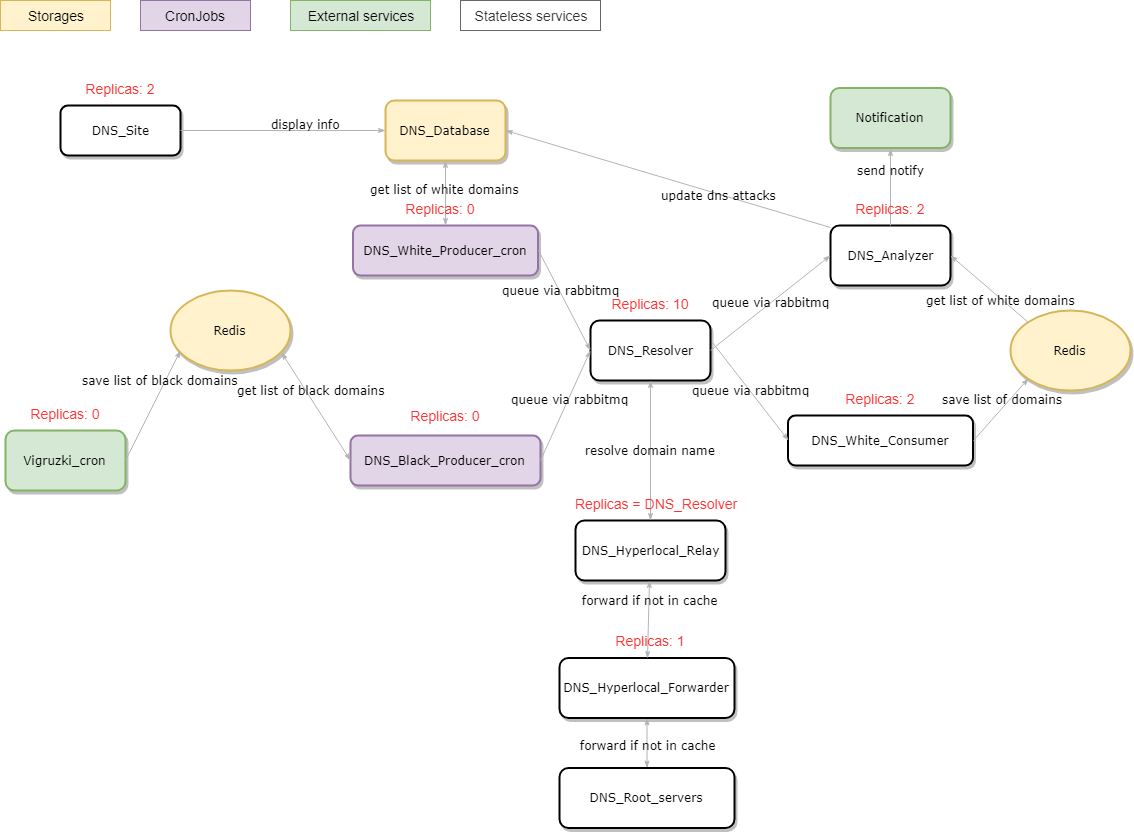
Before: Docs/Overview Diagram.png, a diagram exported from draw.io (dmitriyq/dnsanalyzer). Source tidied: cells renumbered, new cells last; positions are measured from the earlier drawing's top-left corner, leaving out a move shared by most shapes.
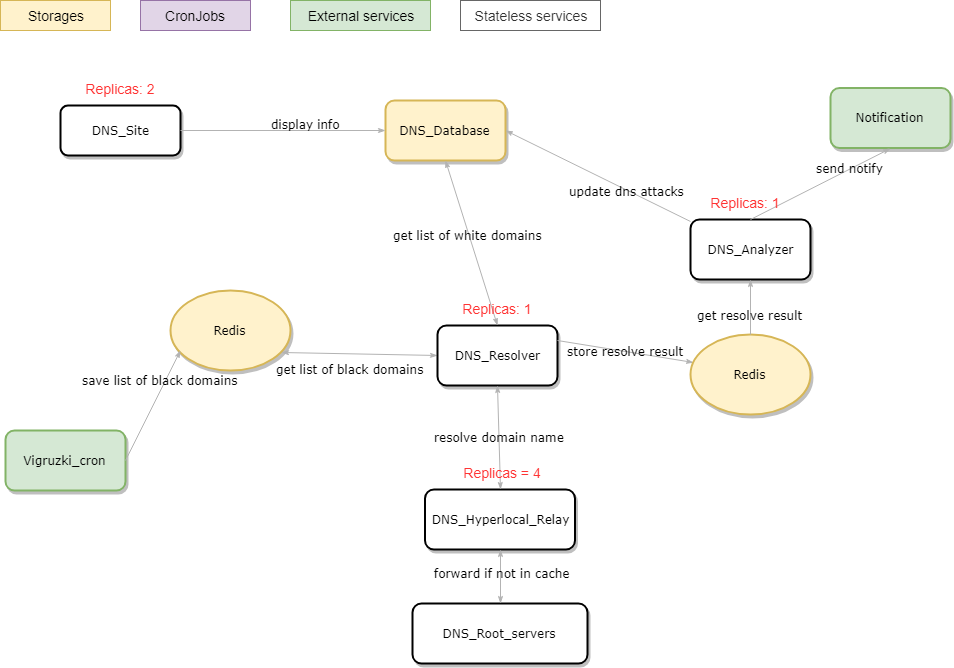
The same diagram one commit later.

Change to the diagram source:
```diff
@@ -8,12 +8,6 @@
     <mxCell id="3" value="DNS_Site" style="rounded=1;whiteSpace=wrap;html=1;shadow=1;comic=0;labelBackgroundColor=none;strokeColor=#000000;strokeWidth=2;fillColor=#FFFFFF;fontFamily=Verdana;fontSize=12;fontColor=#000000;align=center;" parent="1" vertex="1">
       <mxGeometry x="60" y="105" width="120" height="50" as="geometry" />
     </mxCell>
-    <mxCell id="4" value="DNS_White_Producer_cron" style="rounded=1;whiteSpace=wrap;html=1;shadow=1;comic=0;labelBackgroundColor=none;strokeColor=#9673a6;strokeWidth=2;fillColor=#e1d5e7;fontFamily=Verdana;fontSize=12;align=center;" parent="1" vertex="1">
-      <mxGeometry x="352.5" y="225" width="185" height="50" as="geometry" />
-    </mxCell>
-    <mxCell id="5" value="DNS_Black_Producer_cron" style="rounded=1;whiteSpace=wrap;html=1;shadow=1;comic=0;labelBackgroundColor=none;strokeColor=#9673a6;strokeWidth=2;fillColor=#e1d5e7;fontFamily=Verdana;fontSize=12;align=center;" parent="1" vertex="1">
-      <mxGeometry x="350" y="435" width="190" height="50" as="geometry" />
-    </mxCell>
     <mxCell id="6" value="&lt;span&gt;Redis&lt;/span&gt;" style="ellipse;whiteSpace=wrap;html=1;rounded=1;shadow=1;comic=0;labelBackgroundColor=none;strokeColor=#d6b656;strokeWidth=2;fillColor=#fff2cc;fontFamily=Verdana;fontSize=12;align=center;" parent="1" vertex="1">
       <mxGeometry x="170" y="290" width="120" height="80" as="geometry" />
     </mxCell>
@@ -22,69 +16,43 @@
         <mxPoint x="180" y="350" as="targetPoint" />
       </mxGeometry>
     </mxCell>
-    <mxCell id="8" value="get list of black domains" style="edgeStyle=none;rounded=1;html=1;labelBackgroundColor=none;startArrow=classicThin;startFill=1;startSize=5;endArrow=classicThin;endFill=1;endSize=5;jettySize=auto;strokeColor=#B3B3B3;strokeWidth=1;fontFamily=Verdana;fontSize=12;fontColor=#000000;exitX=0.925;exitY=0.775;exitDx=0;exitDy=0;entryX=0;entryY=0.5;entryDx=0;entryDy=0;exitPerimeter=0;" parent="1" edge="1" source="6" target="5">
-      <mxGeometry x="-0.26" y="4" relative="1" as="geometry" />
+    <mxCell id="8" value="get list of black domains" style="edgeStyle=none;rounded=1;html=1;labelBackgroundColor=none;startArrow=classicThin;startFill=1;startSize=5;endArrow=classicThin;endFill=1;endSize=5;jettySize=auto;strokeColor=#B3B3B3;strokeWidth=1;fontFamily=Verdana;fontSize=12;fontColor=#000000;exitX=0.925;exitY=0.775;exitDx=0;exitDy=0;entryX=0;entryY=0.5;entryDx=0;entryDy=0;exitPerimeter=0;" parent="1" edge="1" source="6" target="9">
+      <mxGeometry x="-0.11" y="-16" relative="1" as="geometry" />
     </mxCell>
     <mxCell id="9" value="DNS_Resolver" style="rounded=1;whiteSpace=wrap;html=1;shadow=1;comic=0;labelBackgroundColor=none;strokeColor=#000000;strokeWidth=2;fillColor=#FFFFFF;fontFamily=Verdana;fontSize=12;fontColor=#000000;align=center;" parent="1" vertex="1">
-      <mxGeometry x="590" y="320" width="120" height="60" as="geometry" />
+      <mxGeometry x="437" y="325" width="120" height="60" as="geometry" />
     </mxCell>
-    <mxCell id="10" value="queue via rabbitmq" style="edgeStyle=none;rounded=1;html=1;labelBackgroundColor=none;startArrow=none;startFill=0;startSize=5;endArrow=classicThin;endFill=1;endSize=5;jettySize=auto;strokeColor=#B3B3B3;strokeWidth=1;fontFamily=Verdana;fontSize=12;fontColor=#000000;exitX=1;exitY=0.5;exitDx=0;exitDy=0;entryX=0;entryY=0.5;entryDx=0;entryDy=0;" parent="1" edge="1" source="5" target="9">
-      <mxGeometry x="0.13" y="-2" relative="1" as="geometry" />
-    </mxCell>
     <mxCell id="11" value="DNS_Hyperlocal_Relay" style="rounded=1;whiteSpace=wrap;html=1;shadow=1;comic=0;labelBackgroundColor=none;strokeColor=#000000;strokeWidth=2;fillColor=#FFFFFF;fontFamily=Verdana;fontSize=12;fontColor=#000000;align=center;" parent="1" vertex="1">
-      <mxGeometry x="575" y="520" width="150" height="60" as="geometry" />
+      <mxGeometry x="424.5" y="489" width="150" height="60" as="geometry" />
     </mxCell>
     <mxCell id="12" value="resolve domain name" style="edgeStyle=none;rounded=1;html=1;labelBackgroundColor=none;startArrow=classicThin;startFill=1;startSize=5;endArrow=classicThin;endFill=1;endSize=5;jettySize=auto;strokeColor=#B3B3B3;strokeWidth=1;fontFamily=Verdana;fontSize=12;fontColor=#000000;exitX=0.5;exitY=0;exitDx=0;exitDy=0;entryX=0.5;entryY=1;entryDx=0;entryDy=0;" parent="1" edge="1" source="11" target="9">
       <mxGeometry relative="1" as="geometry" />
     </mxCell>
-    <mxCell id="13" value="DNS_Hyperlocal_Forwarder" style="rounded=1;whiteSpace=wrap;html=1;shadow=1;comic=0;labelBackgroundColor=none;strokeColor=#000000;strokeWidth=2;fillColor=#FFFFFF;fontFamily=Verdana;fontSize=12;fontColor=#000000;align=center;" parent="1" vertex="1">
-      <mxGeometry x="559" y="657.5" width="175" height="60" as="geometry" />
-    </mxCell>
-    <mxCell id="14" value="forward if not in cache" style="edgeStyle=none;rounded=1;html=1;labelBackgroundColor=none;startArrow=classicThin;startFill=1;startSize=5;endArrow=classicThin;endFill=1;endSize=5;jettySize=auto;strokeColor=#B3B3B3;strokeWidth=1;fontFamily=Verdana;fontSize=12;fontColor=#000000;exitX=0.5;exitY=0;exitDx=0;exitDy=0;entryX=0.5;entryY=1;entryDx=0;entryDy=0;" parent="1" edge="1" source="13">
-      <mxGeometry x="0.49" y="-1" relative="1" as="geometry">
-        <mxPoint x="649" y="580" as="targetPoint" />
-      </mxGeometry>
-    </mxCell>
     <mxCell id="15" value="DNS_Root_servers" style="rounded=1;whiteSpace=wrap;html=1;shadow=1;comic=0;labelBackgroundColor=none;strokeColor=#000000;strokeWidth=2;fillColor=#FFFFFF;fontFamily=Verdana;fontSize=12;fontColor=#000000;align=center;" parent="1" vertex="1">
-      <mxGeometry x="559" y="767.5" width="175" height="60" as="geometry" />
+      <mxGeometry x="412" y="603" width="175" height="60" as="geometry" />
     </mxCell>
-    <mxCell id="16" value="forward if not in cache" style="edgeStyle=none;rounded=1;html=1;labelBackgroundColor=none;startArrow=classicThin;startFill=1;startSize=5;endArrow=classicThin;endFill=1;endSize=5;jettySize=auto;orthogonalLoop=1;strokeColor=#B3B3B3;strokeWidth=1;fontFamily=Verdana;fontSize=12;fontColor=#000000;exitX=0.5;exitY=0;exitDx=0;exitDy=0;entryX=0.5;entryY=1;entryDx=0;entryDy=0;" parent="1" edge="1">
-      <mxGeometry x="-0.1" y="-1" relative="1" as="geometry">
-        <mxPoint x="646.5" y="767.5" as="sourcePoint" />
-        <mxPoint x="646.5" y="717.5" as="targetPoint" />
-      </mxGeometry>
+    <mxCell id="16" value="forward if not in cache" style="edgeStyle=none;rounded=1;html=1;labelBackgroundColor=none;startArrow=classicThin;startFill=1;startSize=5;endArrow=classicThin;endFill=1;endSize=5;jettySize=auto;strokeColor=#B3B3B3;strokeWidth=1;fontFamily=Verdana;fontSize=12;fontColor=#000000;exitX=0.5;exitY=0;exitDx=0;exitDy=0;entryX=0.5;entryY=1;entryDx=0;entryDy=0;" parent="1" edge="1" source="15" target="11">
+      <mxGeometry x="0.11" y="-1" relative="1" as="geometry" />
     </mxCell>
     <mxCell id="17" value="DNS_Analyzer" style="rounded=1;whiteSpace=wrap;html=1;shadow=1;comic=0;labelBackgroundColor=none;strokeColor=#000000;strokeWidth=2;fillColor=#FFFFFF;fontFamily=Verdana;fontSize=12;fontColor=#000000;align=center;" parent="1" vertex="1">
-      <mxGeometry x="830" y="225" width="120" height="60" as="geometry" />
+      <mxGeometry x="690" y="219" width="120" height="60" as="geometry" />
     </mxCell>
-    <mxCell id="18" value="queue via rabbitmq" style="edgeStyle=none;rounded=1;html=1;labelBackgroundColor=none;startArrow=none;startFill=0;startSize=5;endArrow=classicThin;endFill=1;endSize=5;jettySize=auto;strokeColor=#B3B3B3;strokeWidth=1;fontFamily=Verdana;fontSize=12;fontColor=#000000;exitX=1;exitY=0.5;exitDx=0;exitDy=0;entryX=0;entryY=0.5;entryDx=0;entryDy=0;" parent="1" edge="1" source="9" target="17">
+    <mxCell id="18" value="store resolve result" style="edgeStyle=none;rounded=1;html=1;labelBackgroundColor=none;startArrow=none;startFill=0;startSize=5;endArrow=classicThin;endFill=1;endSize=5;jettySize=auto;strokeColor=#B3B3B3;strokeWidth=1;fontFamily=Verdana;fontSize=12;fontColor=#000000;exitX=1;exitY=0.25;exitDx=0;exitDy=0;entryX=0.025;entryY=0.35;entryDx=0;entryDy=0;entryPerimeter=0;" parent="1" edge="1" source="9" target="25">
       <mxGeometry relative="1" as="geometry" />
     </mxCell>
     <mxCell id="19" value="DNS_Database" style="rounded=1;whiteSpace=wrap;html=1;shadow=1;comic=0;labelBackgroundColor=none;strokeColor=#d6b656;strokeWidth=2;fillColor=#fff2cc;fontFamily=Verdana;fontSize=12;align=center;" parent="1" vertex="1">
       <mxGeometry x="385" y="100" width="120" height="60" as="geometry" />
     </mxCell>
-    <mxCell id="20" value="get list of white domains" style="edgeStyle=none;rounded=1;html=1;labelBackgroundColor=none;startArrow=classicThin;startFill=1;startSize=5;endArrow=classicThin;endFill=1;endSize=5;jettySize=auto;strokeColor=#B3B3B3;strokeWidth=1;fontFamily=Verdana;fontSize=12;fontColor=#000000;exitX=0.5;exitY=1;exitDx=0;exitDy=0;entryX=0.5;entryY=0;entryDx=0;entryDy=0;" parent="1" edge="1" source="19" target="4">
+    <mxCell id="20" value="get list of white domains" style="edgeStyle=none;rounded=1;html=1;labelBackgroundColor=none;startArrow=classicThin;startFill=1;startSize=5;endArrow=classicThin;endFill=1;endSize=5;jettySize=auto;strokeColor=#B3B3B3;strokeWidth=1;fontFamily=Verdana;fontSize=12;fontColor=#000000;exitX=0.5;exitY=1;exitDx=0;exitDy=0;entryX=0.5;entryY=1;entryDx=0;entryDy=0;" parent="1" edge="1" source="19" target="35">
       <mxGeometry x="-0.1" y="-1" relative="1" as="geometry" />
     </mxCell>
-    <mxCell id="21" value="DNS_White_Consumer" style="rounded=1;whiteSpace=wrap;html=1;shadow=1;comic=0;labelBackgroundColor=none;strokeColor=#000000;strokeWidth=2;fillColor=#FFFFFF;fontFamily=Verdana;fontSize=12;fontColor=#000000;align=center;" parent="1" vertex="1">
-      <mxGeometry x="787.5" y="415" width="185" height="50" as="geometry" />
-    </mxCell>
-    <mxCell id="22" value="queue via rabbitmq" style="edgeStyle=none;rounded=1;html=1;labelBackgroundColor=none;startArrow=none;startFill=0;startSize=5;endArrow=classicThin;endFill=1;endSize=5;jettySize=auto;strokeColor=#B3B3B3;strokeWidth=1;fontFamily=Verdana;fontSize=12;fontColor=#000000;exitX=1;exitY=0.5;exitDx=0;exitDy=0;entryX=0;entryY=0.5;entryDx=0;entryDy=0;" parent="1" edge="1" source="4" target="9">
-      <mxGeometry x="-0.19" y="1" relative="1" as="geometry" />
-    </mxCell>
-    <mxCell id="23" value="queue via rabbitmq" style="edgeStyle=none;rounded=1;html=1;labelBackgroundColor=none;startArrow=none;startFill=0;startSize=5;endArrow=classicThin;endFill=1;endSize=5;jettySize=auto;strokeColor=#B3B3B3;strokeWidth=1;fontFamily=Verdana;fontSize=12;fontColor=#000000;exitX=1.017;exitY=0.367;exitDx=0;exitDy=0;entryX=0;entryY=0.5;entryDx=0;entryDy=0;exitPerimeter=0;" parent="1" edge="1" source="9" target="21">
-      <mxGeometry x="-0.01" y="1" relative="1" as="geometry" />
-    </mxCell>
     <mxCell id="24" value="display info" style="edgeStyle=none;rounded=1;html=1;labelBackgroundColor=none;startArrow=none;startFill=0;startSize=5;endArrow=classicThin;endFill=1;endSize=5;jettySize=auto;strokeColor=#B3B3B3;strokeWidth=1;fontFamily=Verdana;fontSize=12;fontColor=#000000;exitX=1;exitY=0.5;exitDx=0;exitDy=0;entryX=0;entryY=0.5;entryDx=0;entryDy=0;" parent="1" edge="1" source="3" target="19">
       <mxGeometry x="0.22" y="6" relative="1" as="geometry" />
     </mxCell>
     <mxCell id="25" value="&lt;span&gt;Redis&lt;/span&gt;" style="ellipse;whiteSpace=wrap;html=1;rounded=1;shadow=1;comic=0;labelBackgroundColor=none;strokeColor=#d6b656;strokeWidth=2;fillColor=#fff2cc;fontFamily=Verdana;fontSize=12;align=center;" parent="1" vertex="1">
-      <mxGeometry x="1010" y="310" width="120" height="80" as="geometry" />
+      <mxGeometry x="690" y="334" width="120" height="80" as="geometry" />
     </mxCell>
-    <mxCell id="26" value="save list of domains" style="edgeStyle=none;rounded=1;html=1;labelBackgroundColor=none;startArrow=none;startFill=0;startSize=5;endArrow=classicThin;endFill=1;endSize=5;jettySize=auto;strokeColor=#B3B3B3;strokeWidth=1;fontFamily=Verdana;fontSize=12;fontColor=#000000;exitX=1;exitY=0.5;exitDx=0;exitDy=0;entryX=0;entryY=1;entryDx=0;entryDy=0;" parent="1" edge="1" source="21" target="25">
-      <mxGeometry x="0.22" y="6" relative="1" as="geometry" />
-    </mxCell>
-    <mxCell id="27" value="get list of white domains" style="edgeStyle=none;rounded=1;html=1;labelBackgroundColor=none;startArrow=none;startFill=0;startSize=5;endArrow=classicThin;endFill=1;endSize=5;jettySize=auto;strokeColor=#B3B3B3;strokeWidth=1;fontFamily=Verdana;fontSize=12;fontColor=#000000;exitX=0;exitY=0;exitDx=0;exitDy=0;entryX=1;entryY=0.5;entryDx=0;entryDy=0;" parent="1" edge="1" source="25" target="17">
+    <mxCell id="27" value="get resolve result" style="edgeStyle=none;rounded=1;html=1;labelBackgroundColor=none;startArrow=none;startFill=0;startSize=5;endArrow=classicThin;endFill=1;endSize=5;jettySize=auto;strokeColor=#B3B3B3;strokeWidth=1;fontFamily=Verdana;fontSize=12;fontColor=#000000;entryX=0.5;entryY=1;entryDx=0;entryDy=0;" parent="1" edge="1" source="25" target="17">
       <mxGeometry x="-0.31" y="2" relative="1" as="geometry">
         <mxPoint x="1" as="offset" />
       </mxGeometry>
@@ -103,30 +71,15 @@
     <mxCell id="31" value="Replicas: 2" style="text;html=1;strokeColor=none;fillColor=none;align=center;verticalAlign=middle;whiteSpace=wrap;rounded=0;fontStyle=0;fontColor=#FF3333;fontSize=14;" parent="1" vertex="1">
       <mxGeometry x="65" y="70" width="110" height="35" as="geometry" />
     </mxCell>
-    <mxCell id="32" value="Replicas: 0" style="text;html=1;strokeColor=none;fillColor=none;align=center;verticalAlign=middle;whiteSpace=wrap;rounded=0;fontStyle=0;fontColor=#FF3333;fontSize=14;" parent="1" vertex="1">
-      <mxGeometry x="10" y="395" width="110" height="35" as="geometry" />
-    </mxCell>
-    <mxCell id="33" value="Replicas: 0" style="text;html=1;strokeColor=none;fillColor=none;align=center;verticalAlign=middle;whiteSpace=wrap;rounded=0;fontStyle=0;fontColor=#FF3333;fontSize=14;" parent="1" vertex="1">
-      <mxGeometry x="390" y="397.5" width="110" height="35" as="geometry" />
-    </mxCell>
-    <mxCell id="34" value="Replicas: 0" style="text;html=1;strokeColor=none;fillColor=none;align=center;verticalAlign=middle;whiteSpace=wrap;rounded=0;fontStyle=0;fontColor=#FF3333;fontSize=14;" parent="1" vertex="1">
-      <mxGeometry x="385" y="190" width="110" height="35" as="geometry" />
-    </mxCell>
-    <mxCell id="35" value="Replicas: 10" style="text;html=1;strokeColor=none;fillColor=none;align=center;verticalAlign=middle;whiteSpace=wrap;rounded=0;fontStyle=0;fontColor=#FF3333;fontSize=14;" parent="1" vertex="1">
-      <mxGeometry x="595" y="285" width="110" height="35" as="geometry" />
+    <mxCell id="35" value="Replicas: 1" style="text;html=1;strokeColor=none;fillColor=none;align=center;verticalAlign=middle;whiteSpace=wrap;rounded=0;fontStyle=0;fontColor=#FF3333;fontSize=14;" parent="1" vertex="1">
+      <mxGeometry x="442" y="290" width="110" height="35" as="geometry" />
     </mxCell>
-    <mxCell id="36" value="Replicas: 2" style="text;html=1;strokeColor=none;fillColor=none;align=center;verticalAlign=middle;whiteSpace=wrap;rounded=0;fontStyle=0;fontColor=#FF3333;fontSize=14;" parent="1" vertex="1">
-      <mxGeometry x="835" y="190" width="110" height="35" as="geometry" />
+    <mxCell id="36" value="Replicas: 1" style="text;html=1;strokeColor=none;fillColor=none;align=center;verticalAlign=middle;whiteSpace=wrap;rounded=0;fontStyle=0;fontColor=#FF3333;fontSize=14;" parent="1" vertex="1">
+      <mxGeometry x="690" y="184" width="110" height="35" as="geometry" />
     </mxCell>
-    <mxCell id="37" value="Replicas: 2" style="text;html=1;strokeColor=none;fillColor=none;align=center;verticalAlign=middle;whiteSpace=wrap;rounded=0;fontStyle=0;fontColor=#FF3333;fontSize=14;" parent="1" vertex="1">
-      <mxGeometry x="825" y="380" width="110" height="35" as="geometry" />
-    </mxCell>
-    <mxCell id="38" value="Replicas = DNS_Resolver" style="text;html=1;strokeColor=none;fillColor=none;align=center;verticalAlign=middle;whiteSpace=wrap;rounded=0;fontStyle=0;fontColor=#FF3333;fontSize=14;" parent="1" vertex="1">
-      <mxGeometry x="560" y="485" width="190" height="35" as="geometry" />
+    <mxCell id="38" value="Replicas = 4" style="text;html=1;strokeColor=none;fillColor=none;align=center;verticalAlign=middle;whiteSpace=wrap;rounded=0;fontStyle=0;fontColor=#FF3333;fontSize=14;" parent="1" vertex="1">
+      <mxGeometry x="407" y="454" width="190" height="35" as="geometry" />
     </mxCell>
-    <mxCell id="39" value="Replicas: 1" style="text;html=1;strokeColor=none;fillColor=none;align=center;verticalAlign=middle;whiteSpace=wrap;rounded=0;fontStyle=0;fontColor=#FF3333;fontSize=14;" parent="1" vertex="1">
-      <mxGeometry x="595" y="622.5" width="110" height="35" as="geometry" />
-    </mxCell>
     <mxCell id="40" value="Storages" style="text;html=1;strokeColor=#d6b656;fillColor=#fff2cc;align=center;verticalAlign=middle;whiteSpace=wrap;rounded=0;fontStyle=0;fontSize=14;" parent="1" vertex="1">
       <mxGeometry width="110" height="30" as="geometry" />
     </mxCell>
```
